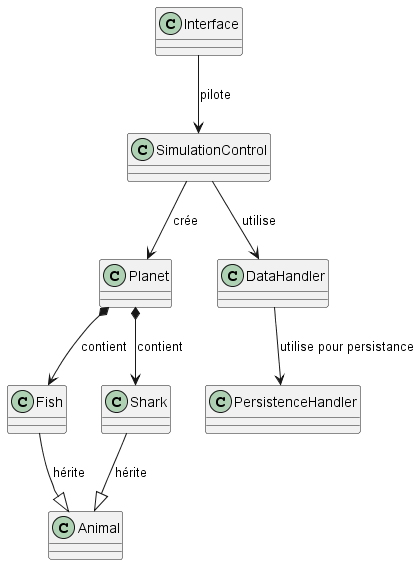
This is out/classes_asso_wat-or/associations_only.png from CpHeat/wa-tor, a PlantUML export, as it was before one commit.
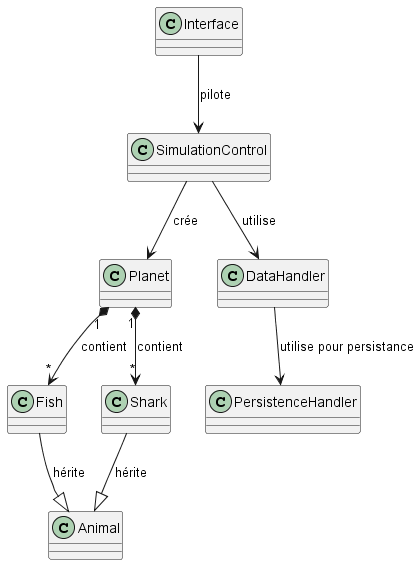
Later version of the same file.

Commit message:
adding class diagramm

Diff of the diagram source:
```diff
@@ -3,8 +3,8 @@
 Fish --|> Animal : hérite
 Shark --|> Animal : hérite
 
-Planet *--> Fish : contient
-Planet *--> Shark : contient
+Planet "1" *--> "*" Fish : contient
+Planet "1" *--> "*" Shark : contient
 SimulationControl --> Planet : crée
 Interface -->  SimulationControl: pilote
 SimulationControl --> DataHandler : utilise
```
